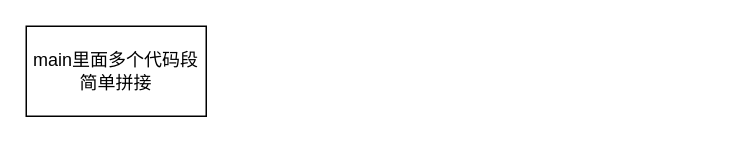
Above: 参数量计算.drawio in Sahala08/DrawIO_File (draw.io), before the change. Source tidied: cells renumbered, new cells numbered last; positions are measured from the earlier drawing's top-left corner, leaving out a move shared by most shapes. Both pictures are drawn from the tidied source at 150%, with x=0, y=0 at pixel (26, 26).
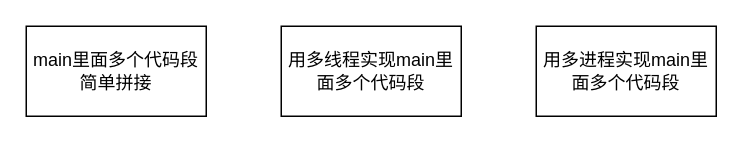
The same diagram, later.

Commit message (it also covers changes not shown here):
更新参数量计算.drawio

What changed in the source:
```diff
@@
 <mxGraphModel>
   <root>
     <mxCell id="0" />
     <mxCell id="1" parent="0" />
     <mxCell id="2" value="main里面多个代码段简单拼接" style="rounded=0;whiteSpace=wrap;html=1;" parent="1" vertex="1">
       <mxGeometry width="120" height="60" as="geometry" />
     </mxCell>
+    <mxCell id="3" value="用多线程实现main里面多个代码段" style="rounded=0;whiteSpace=wrap;html=1;" parent="1" vertex="1">
+      <mxGeometry x="170" width="120" height="60" as="geometry" />
+    </mxCell>
+    <mxCell id="4" value="用多进程实现main里面多个代码段" style="rounded=0;whiteSpace=wrap;html=1;" parent="1" vertex="1">
+      <mxGeometry x="340" width="120" height="60" as="geometry" />
+    </mxCell>
   </root>
 </mxGraphModel>
```
